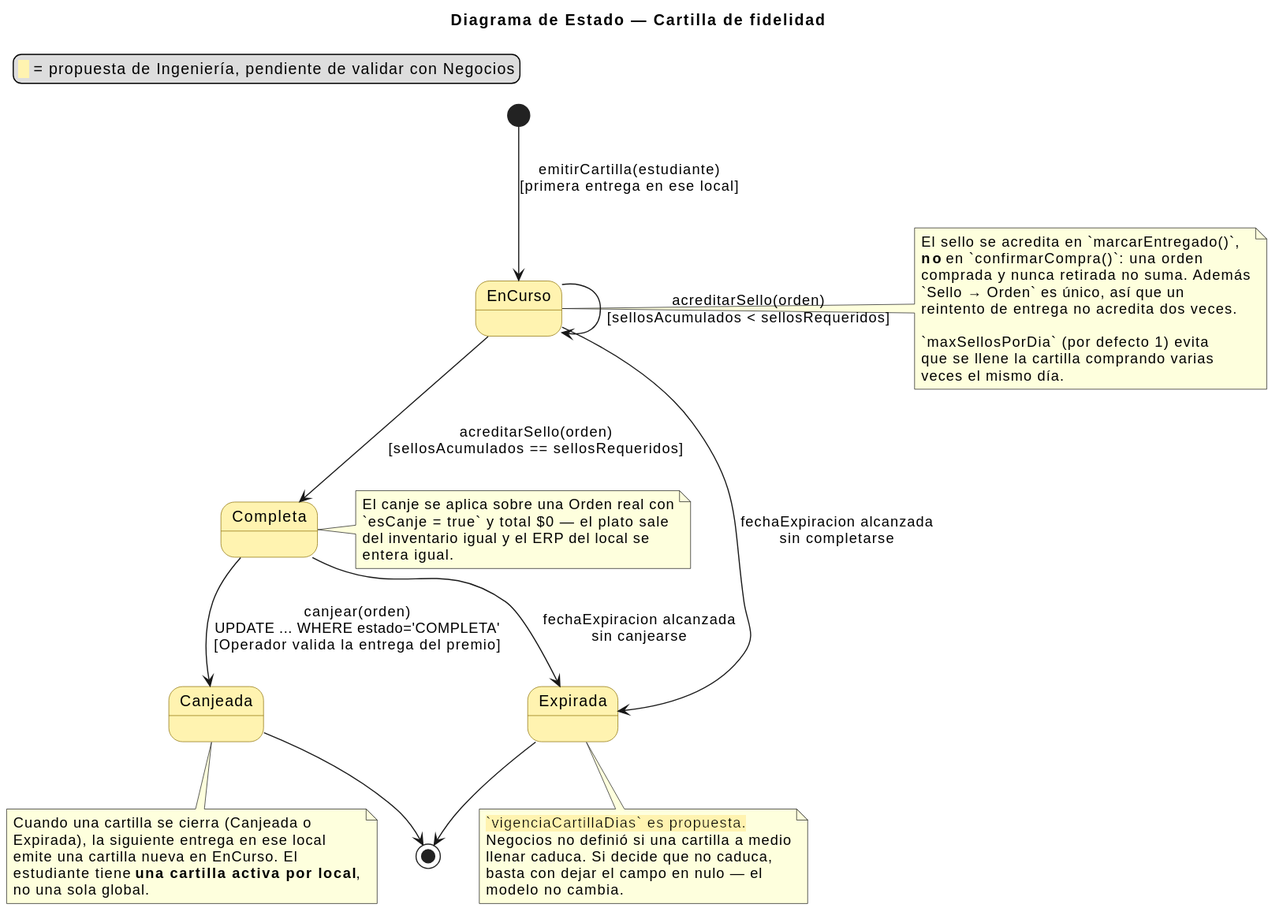
Earlier version of the PlantUML export Entregables/uml/estado-cartilla.svg (Jesus-JB/aliflow).
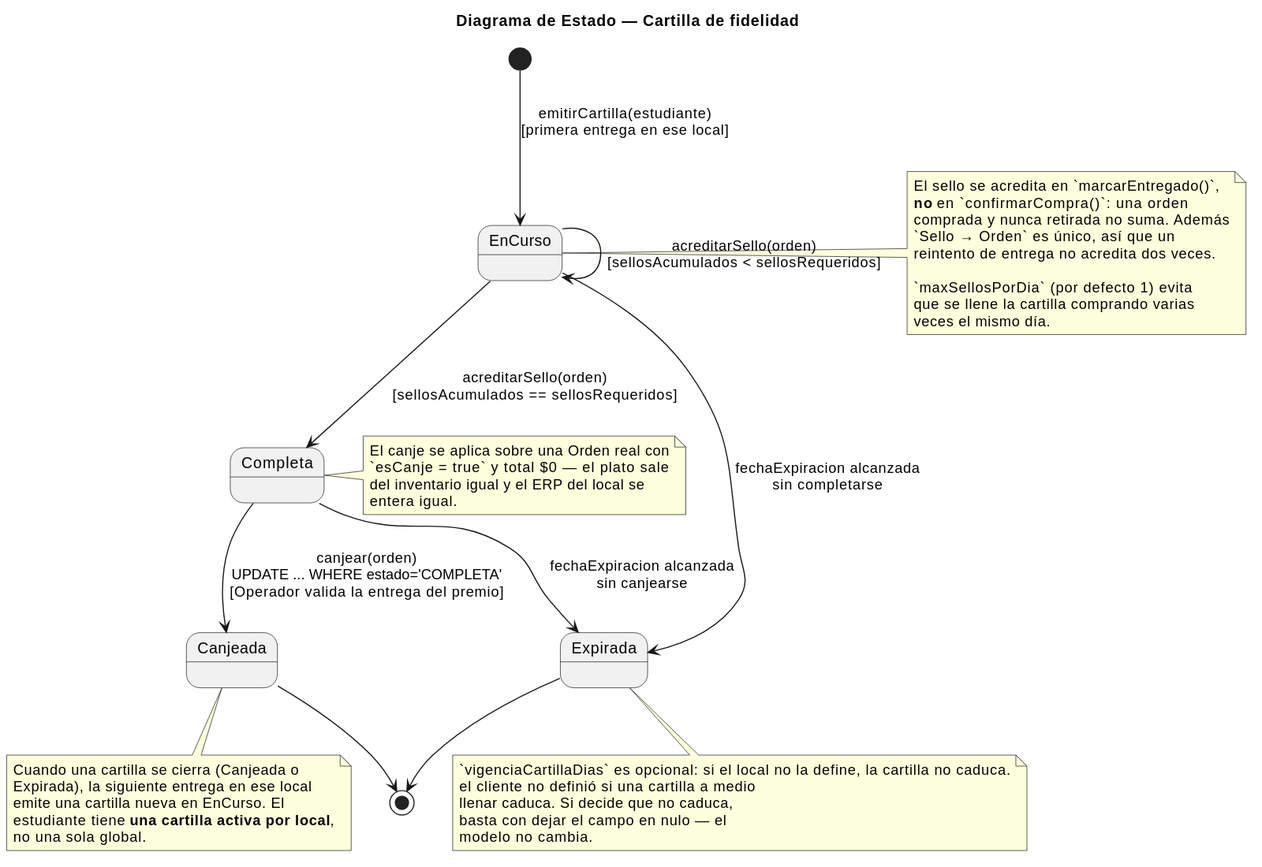
Above is the later version.

Change to the diagram source:
```diff
@@ -1,19 +1,10 @@
 @startuml
 title Diagrama de Estado — Cartilla de fidelidad
 
-skinparam state {
-  BackgroundColor<<propuesta>> #FFF3B0
-  BorderColor<<propuesta>> #8A6D00
-}
-
-legend top left
-  <back:#FFF3B0>  </back> = propuesta de Ingeniería, pendiente de validar con Negocios
-endlegend
-
-state EnCurso <<propuesta>>
-state Completa <<propuesta>>
-state Canjeada <<propuesta>>
-state Expirada <<propuesta>>
+state EnCurso
+state Completa
+state Canjeada
+state Expirada
 
 [*] --> EnCurso : emitirCartilla(estudiante)\n[primera entrega en ese local]
 
@@ -57,8 +48,8 @@
 end note
 
 note bottom of Expirada
-  <back:#FFF3B0>`vigenciaCartillaDias` es propuesta.</back>
-  Negocios no definió si una cartilla a medio
+  `vigenciaCartillaDias` es opcional: si el local no la define, la cartilla no caduca.
+  el cliente no definió si una cartilla a medio
   llenar caduca. Si decide que no caduca,
   basta con dejar el campo en nulo — el
   modelo no cambia.
```
